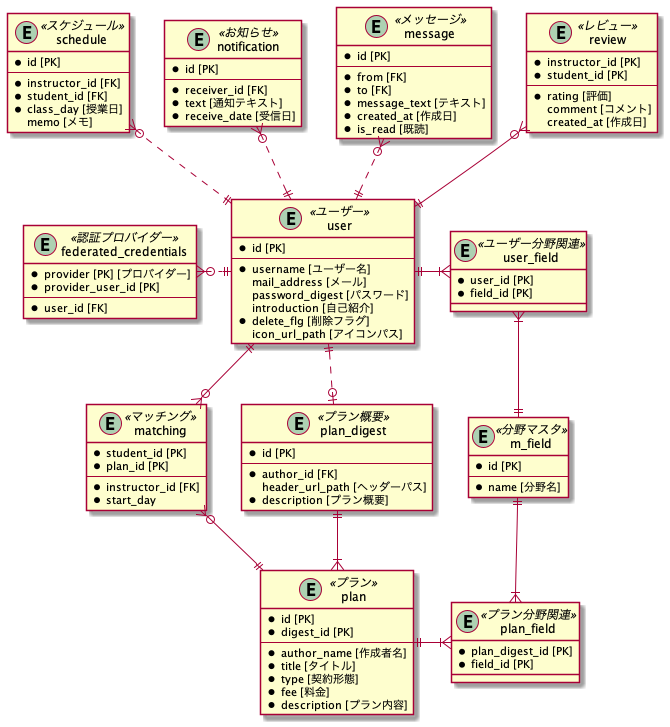
Earlier version of the PlantUML export materials/stulab.png (koumei11/stulab).
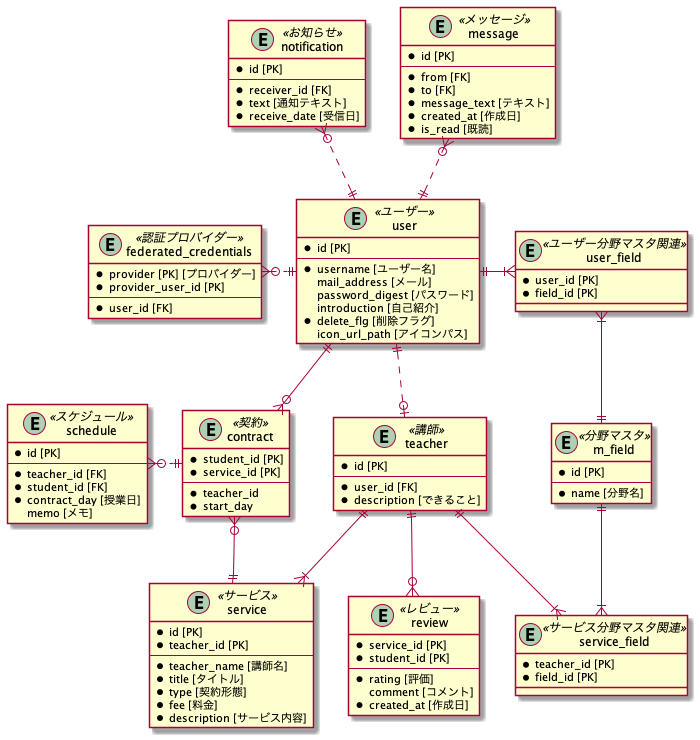
After the commit.

The edit, as a diff of the source:
```diff
@@ -24,49 +24,48 @@
   * name [分野名]
 }
 
-entity plan_digest<<プラン概要>> {
+entity teacher<<講師>> {
   * id [PK]
   --
-  * author_id [FK]
-  header_url_path [ヘッダーパス]
-  * description [プラン概要]
+  * user_id [FK]
+  * description [できること]
 }
 
-entity plan<<プラン>> {
+entity service<<サービス>> {
   * id [PK]
-  * digest_id [PK]
+  * teacher_id [PK]
   --
-  * author_name [作成者名]
+  * teacher_name [講師名]
   * title [タイトル]
   * type [契約形態]
   * fee [料金]
-  * description [プラン内容]
+  * description [サービス内容]
 }
 
-entity user_field<<ユーザー分野関連>> {
+entity user_field<<ユーザー分野マスタ関連>> {
   * user_id [PK]
   * field_id [PK]
 }
 
-entity plan_field<<プラン分野関連>> {
-  * plan_digest_id [PK]
+entity service_field<<サービス分野マスタ関連>> {
+  * teacher_id [PK]
   * field_id [PK]
 }
 
 entity review<<レビュー>> {
-  * instructor_id [PK]
+  * service_id [PK]
   * student_id [PK]
   --
   * rating [評価]
   comment [コメント]
-  created_at [作成日]
+  * created_at [作成日]
 }
 
-entity matching<<マッチング>> {
+entity contract<<契約>> {
   * student_id [PK]
-  * plan_id [PK]
+  * service_id [PK]
   --
-  * instructor_id [FK]
+  * teacher_id
   * start_day
 }
 
@@ -91,25 +90,24 @@
 entity schedule<<スケジュール>> {
   * id [PK]
   --
-  * instructor_id [FK]
+  * teacher_id [FK]
   * student_id [FK]
-  * class_day [授業日]
+  * contract_day [授業日]
   memo [メモ]
 }
 
 user ||.l.o{ federated_credentials
-user ||..o| plan_digest
-plan_digest ||--|{ plan
+user ||..o| teacher
+teacher ||--|{ service
 user ||-r-|{ user_field
 m_field ||-u-|{ user_field
-plan ||-r-|{ plan_field
-m_field ||--|{ plan_field
-user ||-u-o{ review
-user ||--o{ matching
-plan ||-u-o{ matching
+teacher ||-r-|{ service_field
+m_field ||--|{ service_field
+teacher ||-d-o{ review
+user ||--o{ contract
+service ||-u-o{ contract
 user ||.u.o{ message
 user ||.u.o{ notification
-user ||.u.o{ schedule
-
+contract ||.l.o{ schedule
 
 @enduml
```
